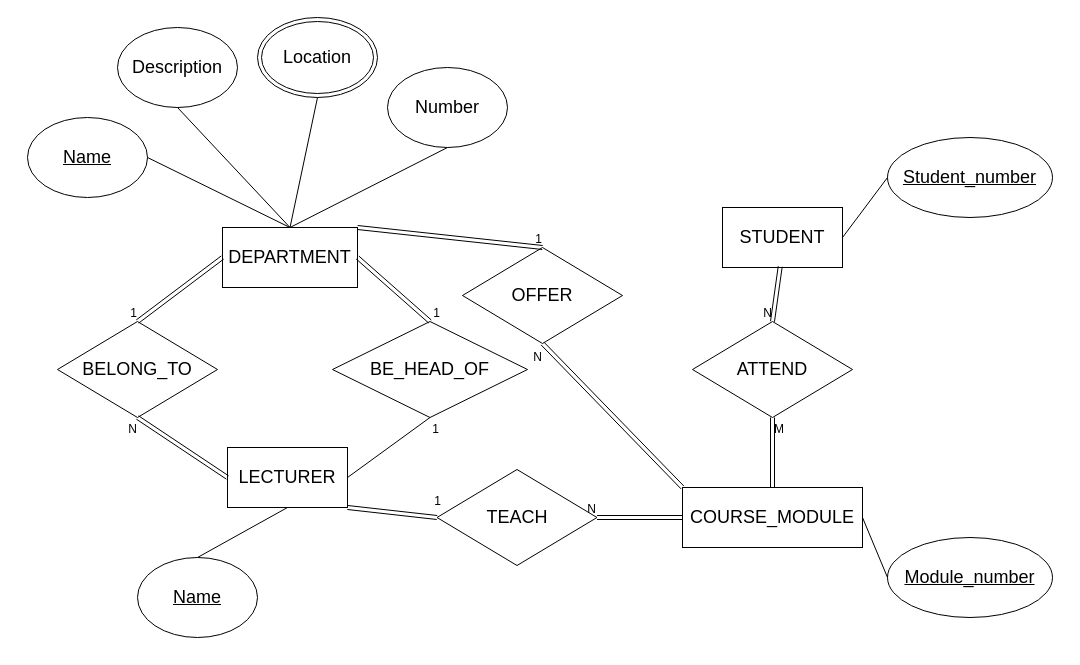
Earlier version of the draw.io diagram erd-university.drawio (quangmnh/drawio). Source tidied: cells renumbered, new cells numbered last; positions are measured from the earlier drawing's top-left corner, leaving out a move shared by most shapes. Both pictures are drawn from the tidied source at 100%, with x=0, y=0 at pixel (27, 17).
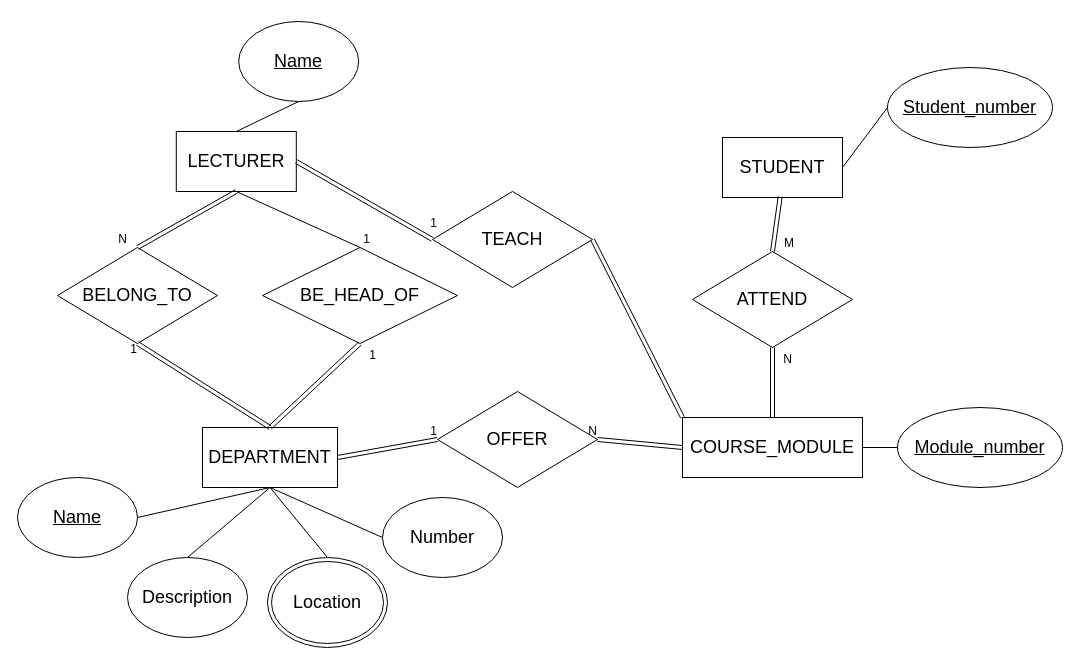
The same page after the edit.

Unchanged cells that the change refers to:
```xml
<mxCell id="41" style="shape=link;html=1;rounded=0;exitX=0.481;exitY=0.983;exitDx=0;exitDy=0;exitPerimeter=0;entryX=0.5;entryY=0;entryDx=0;entryDy=0;" parent="1" edge="1" source="14" target="38">
  <mxGeometry relative="1" as="geometry" />
</mxCell>
<mxCell id="43" style="shape=link;html=1;rounded=0;entryX=0.5;entryY=0;entryDx=0;entryDy=0;exitX=0.5;exitY=1;exitDx=0;exitDy=0;" parent="1" edge="1" source="38" target="27">
  <mxGeometry relative="1" as="geometry" />
</mxCell>
```

The edit, as a diff of the source:
```diff
@@
     <mxCell id="2" value="&lt;font style=&quot;font-size: 18px&quot;&gt;DEPARTMENT&lt;/font&gt;" style="rounded=0;whiteSpace=wrap;html=1;" parent="1" vertex="1">
-      <mxGeometry x="195" y="210" width="135" height="60" as="geometry" />
+      <mxGeometry x="175" y="410" width="135" height="60" as="geometry" />
     </mxCell>
     <mxCell id="3" value="&lt;font style=&quot;font-size: 18px&quot;&gt;&lt;u&gt;Name&lt;/u&gt;&lt;/font&gt;" style="ellipse;whiteSpace=wrap;html=1;" parent="1" vertex="1">
-      <mxGeometry y="100" width="120" height="80" as="geometry" />
+      <mxGeometry x="-10" y="460" width="120" height="80" as="geometry" />
     </mxCell>
-    <mxCell id="4" style="endArrow=none;html=1;entryX=0.5;entryY=0;entryDx=0;entryDy=0;exitX=1;exitY=0.5;exitDx=0;exitDy=0;" parent="1" edge="1" source="3" target="2">
+    <mxCell id="4" style="endArrow=none;html=1;exitX=1;exitY=0.5;exitDx=0;exitDy=0;entryX=0.5;entryY=1;entryDx=0;entryDy=0;" parent="1" edge="1" source="3" target="2">
       <mxGeometry relative="1" as="geometry" />
     </mxCell>
     <mxCell id="5" value="&lt;font style=&quot;font-size: 18px&quot;&gt;Description&lt;/font&gt;" style="ellipse;whiteSpace=wrap;html=1;" parent="1" vertex="1">
-      <mxGeometry x="90" y="10" width="120" height="80" as="geometry" />
+      <mxGeometry x="100" y="540" width="120" height="80" as="geometry" />
     </mxCell>
-    <mxCell id="6" style="endArrow=none;html=1;entryX=0.5;entryY=0;entryDx=0;entryDy=0;exitX=0.5;exitY=1;exitDx=0;exitDy=0;" parent="1" edge="1" source="5" target="2">
+    <mxCell id="6" style="endArrow=none;html=1;exitX=0.5;exitY=0;exitDx=0;exitDy=0;entryX=0.5;entryY=1;entryDx=0;entryDy=0;" parent="1" edge="1" source="5" target="2">
       <mxGeometry relative="1" as="geometry" />
     </mxCell>
     <mxCell id="7" value="&lt;font style=&quot;font-size: 18px&quot;&gt;Location&lt;/font&gt;" style="ellipse;shape=doubleEllipse;whiteSpace=wrap;html=1;" parent="1" vertex="1">
-      <mxGeometry x="230" width="120" height="80" as="geometry" />
+      <mxGeometry x="240" y="540" width="120" height="90" as="geometry" />
     </mxCell>
-    <mxCell id="8" style="endArrow=none;html=1;exitX=0.5;exitY=0;exitDx=0;exitDy=0;entryX=0.5;entryY=1;entryDx=0;entryDy=0;" parent="1" edge="1" source="2" target="7">
+    <mxCell id="8" style="endArrow=none;html=1;exitX=0.5;exitY=1;exitDx=0;exitDy=0;entryX=0.5;entryY=0;entryDx=0;entryDy=0;" parent="1" edge="1" source="2" target="7">
       <mxGeometry relative="1" as="geometry" />
     </mxCell>
     <mxCell id="9" value="&lt;font style=&quot;font-size: 18px&quot;&gt;Number&lt;/font&gt;" style="ellipse;whiteSpace=wrap;html=1;" parent="1" vertex="1">
-      <mxGeometry x="360" y="50" width="120" height="80" as="geometry" />
+      <mxGeometry x="355" y="480" width="120" height="80" as="geometry" />
     </mxCell>
-    <mxCell id="10" style="endArrow=none;html=1;exitX=0.5;exitY=0;exitDx=0;exitDy=0;entryX=0.5;entryY=1;entryDx=0;entryDy=0;" parent="1" edge="1" source="2" target="9">
+    <mxCell id="10" style="endArrow=none;html=1;exitX=0.5;exitY=1;exitDx=0;exitDy=0;entryX=0;entryY=0.5;entryDx=0;entryDy=0;" parent="1" edge="1" source="2" target="9">
       <mxGeometry relative="1" as="geometry" />
     </mxCell>
     <mxCell id="11" value="&lt;font style=&quot;font-size: 18px&quot;&gt;LECTURER&lt;/font&gt;" style="rounded=0;whiteSpace=wrap;html=1;" parent="1" vertex="1">
-      <mxGeometry x="200" y="430" width="120" height="60" as="geometry" />
+      <mxGeometry x="148.8" y="114" width="120" height="60" as="geometry" />
     </mxCell>
     <mxCell id="12" value="&lt;font style=&quot;font-size: 18px&quot;&gt;&lt;u&gt;Name&lt;/u&gt;&lt;/font&gt;" style="ellipse;whiteSpace=wrap;html=1;" parent="1" vertex="1">
-      <mxGeometry x="110" y="540" width="120" height="80" as="geometry" />
+      <mxGeometry x="211.2" y="4" width="120" height="80" as="geometry" />
     </mxCell>
-    <mxCell id="13" style="endArrow=none;html=1;exitX=0.5;exitY=1;exitDx=0;exitDy=0;entryX=0.5;entryY=0;entryDx=0;entryDy=0;" parent="1" edge="1" source="11" target="12">
+    <mxCell id="13" style="endArrow=none;html=1;exitX=0.5;exitY=0;exitDx=0;exitDy=0;entryX=0.5;entryY=1;entryDx=0;entryDy=0;" parent="1" edge="1" source="11" target="12">
       <mxGeometry relative="1" as="geometry" />
     </mxCell>
     <mxCell id="14" value="&lt;font style=&quot;font-size: 18px&quot;&gt;STUDENT&lt;/font&gt;" style="rounded=0;whiteSpace=wrap;html=1;" parent="1" vertex="1">
-      <mxGeometry x="695" y="190" width="120" height="60" as="geometry" />
+      <mxGeometry x="695" y="120" width="120" height="60" as="geometry" />
     </mxCell>
     <mxCell id="15" value="&lt;span style=&quot;font-size: 18px&quot;&gt;&lt;u&gt;Student_number&lt;/u&gt;&lt;/span&gt;" style="ellipse;whiteSpace=wrap;html=1;" parent="1" vertex="1">
-      <mxGeometry x="860" y="120" width="165" height="80" as="geometry" />
+      <mxGeometry x="860" y="50" width="165" height="80" as="geometry" />
     </mxCell>
@@
     <mxCell id="17" value="&lt;font style=&quot;font-size: 18px&quot;&gt;BELONG_TO&lt;/font&gt;" style="rhombus;whiteSpace=wrap;html=1;" parent="1" vertex="1">
-      <mxGeometry x="30" y="304" width="160" height="96" as="geometry" />
+      <mxGeometry x="30" y="230" width="160" height="96" as="geometry" />
     </mxCell>
-    <mxCell id="18" style="shape=link;html=1;rounded=0;exitX=0;exitY=0.5;exitDx=0;exitDy=0;entryX=0.5;entryY=1;entryDx=0;entryDy=0;" parent="1" edge="1" source="11" target="17">
+    <mxCell id="18" style="shape=link;html=1;rounded=0;exitX=0.5;exitY=1;exitDx=0;exitDy=0;entryX=0.5;entryY=0;entryDx=0;entryDy=0;" parent="1" edge="1" source="11" target="17">
       <mxGeometry relative="1" as="geometry" />
     </mxCell>
     <mxCell id="19" value="N" style="html=1;align=right;verticalAlign=bottom;" parent="18" vertex="1">
       <mxGeometry x="1" relative="1" as="geometry">
-        <mxPoint y="20" as="offset" />
+        <mxPoint x="-10" as="offset" />
       </mxGeometry>
     </mxCell>
-    <mxCell id="20" style="shape=link;html=1;rounded=0;exitX=0;exitY=0.5;exitDx=0;exitDy=0;entryX=0.5;entryY=0;entryDx=0;entryDy=0;" parent="1" edge="1" source="2" target="17">
+    <mxCell id="20" style="shape=link;html=1;rounded=0;exitX=0.5;exitY=0;exitDx=0;exitDy=0;entryX=0.5;entryY=1;entryDx=0;entryDy=0;" parent="1" edge="1" source="2" target="17">
       <mxGeometry relative="1" as="geometry" />
     </mxCell>
     <mxCell id="21" value="1" style="html=1;align=right;verticalAlign=bottom;" parent="20" vertex="1">
-      <mxGeometry x="1" relative="1" as="geometry" />
+      <mxGeometry x="1" relative="1" as="geometry">
+        <mxPoint y="14" as="offset" />
+      </mxGeometry>
     </mxCell>
     <mxCell id="22" value="&lt;font style=&quot;font-size: 18px&quot;&gt;BE_HEAD_OF&lt;/font&gt;" style="rhombus;whiteSpace=wrap;html=1;" parent="1" vertex="1">
-      <mxGeometry x="305" y="304" width="195" height="96" as="geometry" />
+      <mxGeometry x="235" y="230" width="195" height="96" as="geometry" />
     </mxCell>
-    <mxCell id="23" style="shape=link;html=1;rounded=0;exitX=1;exitY=0.5;exitDx=0;exitDy=0;entryX=0.5;entryY=0;entryDx=0;entryDy=0;" parent="1" edge="1" source="2" target="22">
+    <mxCell id="23" style="shape=link;html=1;rounded=0;exitX=0.5;exitY=0;exitDx=0;exitDy=0;entryX=0.5;entryY=1;entryDx=0;entryDy=0;" parent="1" edge="1" source="2" target="22">
       <mxGeometry relative="1" as="geometry" />
     </mxCell>
     <mxCell id="24" value="1" style="html=1;align=right;verticalAlign=bottom;" parent="23" vertex="1">
       <mxGeometry x="1" relative="1" as="geometry">
-        <mxPoint x="10" as="offset" />
+        <mxPoint x="17" y="20" as="offset" />
       </mxGeometry>
     </mxCell>
-    <mxCell id="25" style="endArrow=none;html=1;rounded=0;exitX=1;exitY=0.5;exitDx=0;exitDy=0;entryX=0.5;entryY=1;entryDx=0;entryDy=0;" parent="1" edge="1" source="11" target="22">
+    <mxCell id="25" style="endArrow=none;html=1;rounded=0;exitX=0.5;exitY=1;exitDx=0;exitDy=0;entryX=0.5;entryY=0;entryDx=0;entryDy=0;" parent="1" edge="1" source="11" target="22">
       <mxGeometry relative="1" as="geometry" />
     </mxCell>
     <mxCell id="26" value="1" style="html=1;align=right;verticalAlign=bottom;" parent="25" vertex="1">
       <mxGeometry x="1" relative="1" as="geometry">
-        <mxPoint x="10" y="20" as="offset" />
+        <mxPoint x="10" as="offset" />
       </mxGeometry>
     </mxCell>
     <mxCell id="27" value="&lt;font style=&quot;font-size: 18px&quot;&gt;COURSE_MODULE&lt;/font&gt;" style="rounded=0;whiteSpace=wrap;html=1;" parent="1" vertex="1">
-      <mxGeometry x="655" y="470" width="180" height="60" as="geometry" />
+      <mxGeometry x="655" y="400" width="180" height="60" as="geometry" />
     </mxCell>
     <mxCell id="28" value="&lt;font style=&quot;font-size: 18px&quot;&gt;TEACH&lt;/font&gt;" style="rhombus;whiteSpace=wrap;html=1;" parent="1" vertex="1">
-      <mxGeometry x="409.5" y="452" width="160" height="96" as="geometry" />
+      <mxGeometry x="405" y="174" width="160" height="96" as="geometry" />
     </mxCell>
-    <mxCell id="29" style="shape=link;html=1;rounded=0;exitX=1;exitY=1;exitDx=0;exitDy=0;entryX=0;entryY=0.5;entryDx=0;entryDy=0;" parent="1" edge="1" source="11" target="28">
+    <mxCell id="29" style="shape=link;html=1;rounded=0;exitX=1;exitY=0.5;exitDx=0;exitDy=0;entryX=0;entryY=0.5;entryDx=0;entryDy=0;" parent="1" edge="1" source="11" target="28">
       <mxGeometry relative="1" as="geometry" />
     </mxCell>
@@
     <mxCell id="31" value="&lt;font style=&quot;font-size: 18px&quot;&gt;&lt;u&gt;Module_number&lt;/u&gt;&lt;/font&gt;" style="ellipse;whiteSpace=wrap;html=1;" parent="1" vertex="1">
-      <mxGeometry x="860" y="520" width="165" height="80" as="geometry" />
+      <mxGeometry x="870" y="390" width="165" height="80" as="geometry" />
     </mxCell>
@@
     <mxCell id="33" value="&lt;font style=&quot;font-size: 18px&quot;&gt;OFFER&lt;/font&gt;" style="rhombus;whiteSpace=wrap;html=1;" parent="1" vertex="1">
-      <mxGeometry x="435" y="230" width="160" height="96" as="geometry" />
+      <mxGeometry x="410" y="374" width="160" height="96" as="geometry" />
     </mxCell>
-    <mxCell id="34" style="shape=link;html=1;rounded=0;exitX=1;exitY=0;exitDx=0;exitDy=0;entryX=0.5;entryY=0;entryDx=0;entryDy=0;" parent="1" edge="1" source="2" target="33">
+    <mxCell id="34" style="shape=link;html=1;rounded=0;exitX=1;exitY=0.5;exitDx=0;exitDy=0;entryX=0;entryY=0.5;entryDx=0;entryDy=0;" parent="1" edge="1" source="2" target="33">
       <mxGeometry relative="1" as="geometry" />
     </mxCell>
@@
-    <mxCell id="36" style="shape=link;html=1;rounded=0;exitX=0.5;exitY=1;exitDx=0;exitDy=0;entryX=0;entryY=0;entryDx=0;entryDy=0;" parent="1" edge="1" source="33" target="27">
-      <mxGeometry relative="1" as="geometry" />
-    </mxCell>
-    <mxCell id="37" value="N" style="html=1;align=right;verticalAlign=bottom;" parent="36" vertex="1">
-      <mxGeometry x="1" relative="1" as="geometry">
-        <mxPoint x="-140" y="-122" as="offset" />
-      </mxGeometry>
-    </mxCell>
     <mxCell id="38" value="&lt;font style=&quot;font-size: 18px&quot;&gt;ATTEND&lt;/font&gt;" style="rhombus;whiteSpace=wrap;html=1;" parent="1" vertex="1">
-      <mxGeometry x="665" y="304" width="160" height="96" as="geometry" />
+      <mxGeometry x="665" y="234" width="160" height="96" as="geometry" />
     </mxCell>
-    <mxCell id="39" style="shape=link;html=1;rounded=0;exitX=0;exitY=0.5;exitDx=0;exitDy=0;entryX=1;entryY=0.5;entryDx=0;entryDy=0;" parent="1" edge="1" source="27" target="28">
+    <mxCell id="39" style="shape=link;html=1;rounded=0;exitX=0;exitY=0;exitDx=0;exitDy=0;entryX=1;entryY=0.5;entryDx=0;entryDy=0;" parent="1" edge="1" source="27" target="28">
       <mxGeometry relative="1" as="geometry" />
     </mxCell>
-    <mxCell id="40" value="N" style="html=1;align=right;verticalAlign=bottom;" parent="39" vertex="1">
-      <mxGeometry x="1" relative="1" as="geometry" />
-    </mxCell>
@@
     <mxCell id="42" value="N" style="html=1;align=right;verticalAlign=bottom;" parent="41" vertex="1">
-      <mxGeometry x="1" relative="1" as="geometry" />
+      <mxGeometry x="1" relative="1" as="geometry">
+        <mxPoint x="20" y="116" as="offset" />
+      </mxGeometry>
     </mxCell>
@@
     <mxCell id="44" value="M" style="html=1;align=left;verticalAlign=bottom;" parent="43" vertex="1">
       <mxGeometry x="-1" relative="1" as="geometry">
-        <mxPoint y="20" as="offset" />
+        <mxPoint x="10" y="-96" as="offset" />
       </mxGeometry>
     </mxCell>
+    <mxCell id="45" style="shape=link;html=1;rounded=0;exitX=0;exitY=0.5;exitDx=0;exitDy=0;entryX=1;entryY=0.5;entryDx=0;entryDy=0;" parent="1" edge="1" source="27" target="33">
+      <mxGeometry relative="1" as="geometry" />
+    </mxCell>
+    <mxCell id="46" value="N" style="html=1;align=right;verticalAlign=bottom;" parent="45" vertex="1">
+      <mxGeometry x="1" relative="1" as="geometry" />
+    </mxCell>
```
